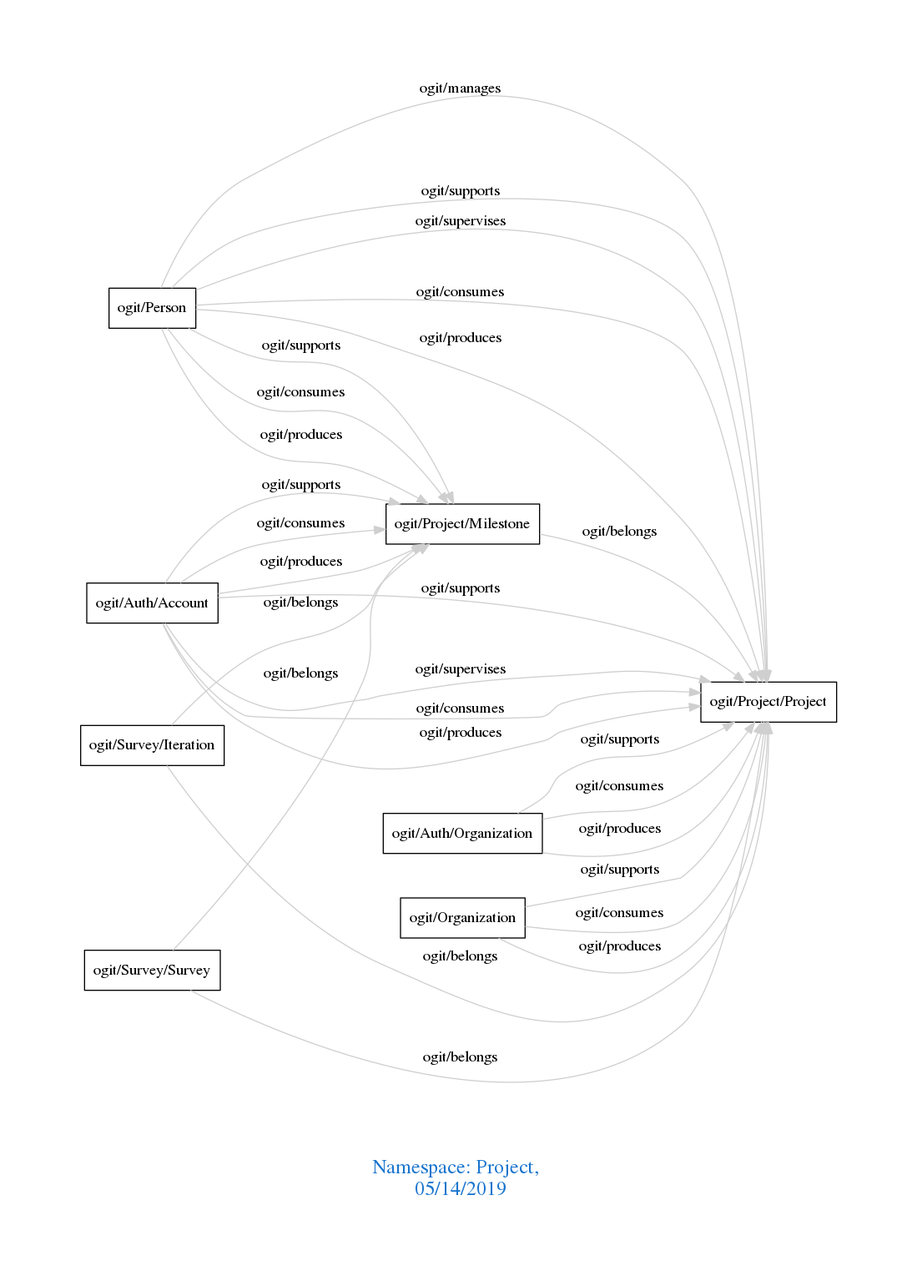
arago/OGIT keeps this Graphviz diagram as downloads/Project.png. Above is the earlier version. Its source is kept beside it as downloads/Project.dot. Its diagram source:
```dot
digraph OGIT_ontology {
 graph [ rankdir= LR,pad=1
fontsize = 18,
fontcolor= dodgerblue3,label = "\n\n\nNamespace: Project, \n 05/14/2019"];
node[shape=polygon];
edge [  color="gray81"];

   "ogit/Person" -> "ogit/Project/Project" [label="   ogit/manages    "];
   "ogit/Auth/Account" -> "ogit/Project/Milestone" [label="   ogit/supports    "];
   "ogit/Auth/Account" -> "ogit/Project/Project" [label="   ogit/supports    "];
   "ogit/Auth/Organization" -> "ogit/Project/Project" [label="   ogit/supports    "];
   "ogit/Organization" -> "ogit/Project/Project" [label="   ogit/supports    "];
   "ogit/Person" -> "ogit/Project/Milestone" [label="   ogit/supports    "];
   "ogit/Person" -> "ogit/Project/Project" [label="   ogit/supports    "];
   "ogit/Auth/Account" -> "ogit/Project/Project" [label="   ogit/supervises    "];
   "ogit/Person" -> "ogit/Project/Project" [label="   ogit/supervises    "];
   "ogit/Auth/Account" -> "ogit/Project/Milestone" [label="   ogit/consumes    "];
   "ogit/Auth/Account" -> "ogit/Project/Project" [label="   ogit/consumes    "];
   "ogit/Auth/Organization" -> "ogit/Project/Project" [label="   ogit/consumes    "];
   "ogit/Organization" -> "ogit/Project/Project" [label="   ogit/consumes    "];
   "ogit/Person" -> "ogit/Project/Milestone" [label="   ogit/consumes    "];
   "ogit/Person" -> "ogit/Project/Project" [label="   ogit/consumes    "];
   "ogit/Auth/Account" -> "ogit/Project/Milestone" [label="   ogit/produces    "];
   "ogit/Auth/Account" -> "ogit/Project/Project" [label="   ogit/produces    "];
   "ogit/Auth/Organization" -> "ogit/Project/Project" [label="   ogit/produces    "];
   "ogit/Organization" -> "ogit/Project/Project" [label="   ogit/produces    "];
   "ogit/Person" -> "ogit/Project/Milestone" [label="   ogit/produces    "];
   "ogit/Person" -> "ogit/Project/Project" [label="   ogit/produces    "];
   "ogit/Project/Milestone" -> "ogit/Project/Project" [label="   ogit/belongs    "];
   "ogit/Survey/Iteration" -> "ogit/Project/Milestone" [label="   ogit/belongs    "];
   "ogit/Survey/Iteration" -> "ogit/Project/Project" [label="   ogit/belongs    "];
   "ogit/Survey/Survey" -> "ogit/Project/Milestone" [label="   ogit/belongs    "];
   "ogit/Survey/Survey" -> "ogit/Project/Project" [label="   ogit/belongs    "];
}
```
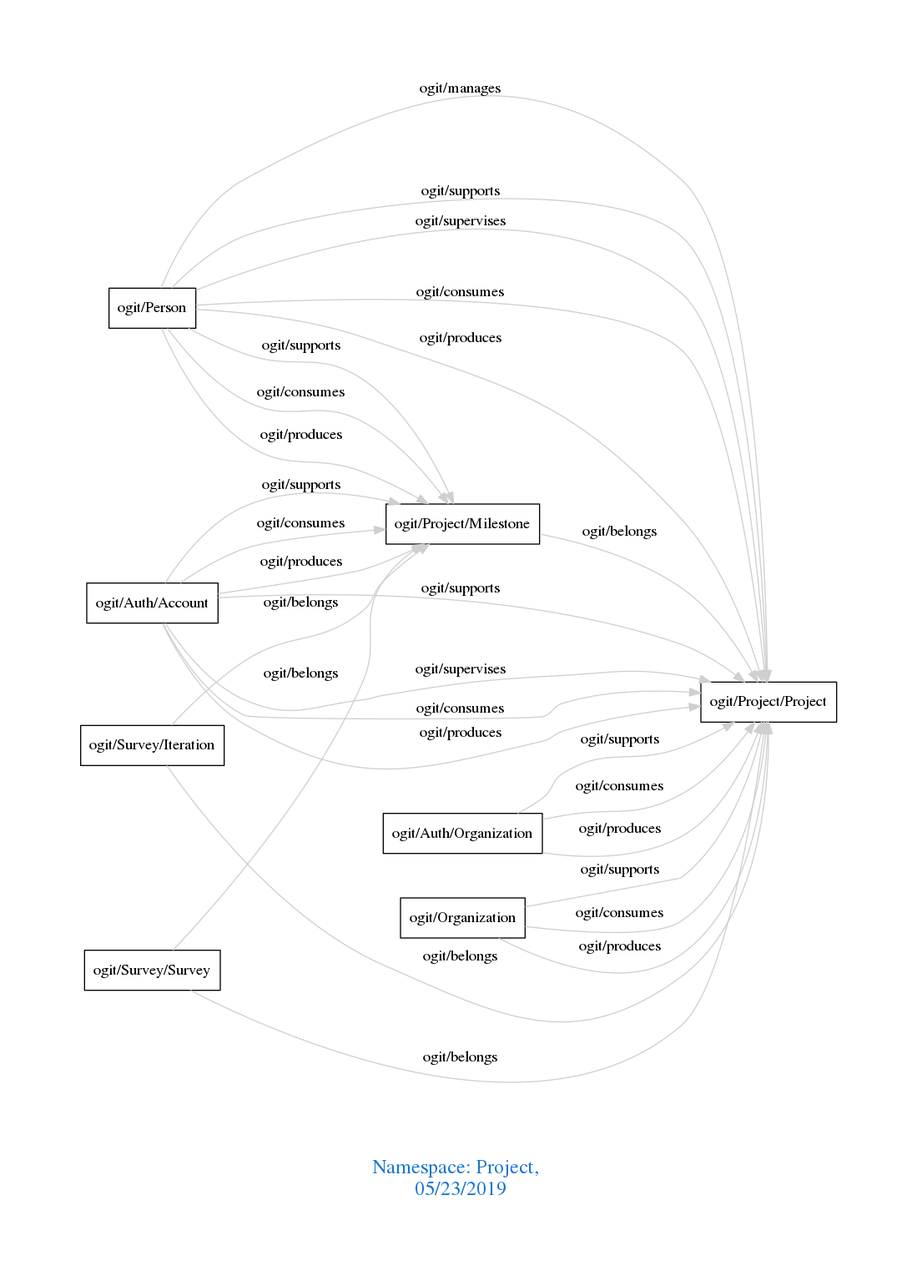
The same diagram one commit later.

What changed in the source:
```diff
@@ -1,7 +1,7 @@
 digraph OGIT_ontology {
  graph [ rankdir= LR,pad=1
 fontsize = 18,
-fontcolor= dodgerblue3,label = "\n\n\nNamespace: Project, \n 05/14/2019"];
+fontcolor= dodgerblue3,label = "\n\n\nNamespace: Project, \n 05/23/2019"];
 node[shape=polygon];
 edge [  color="gray81"];
 
```
